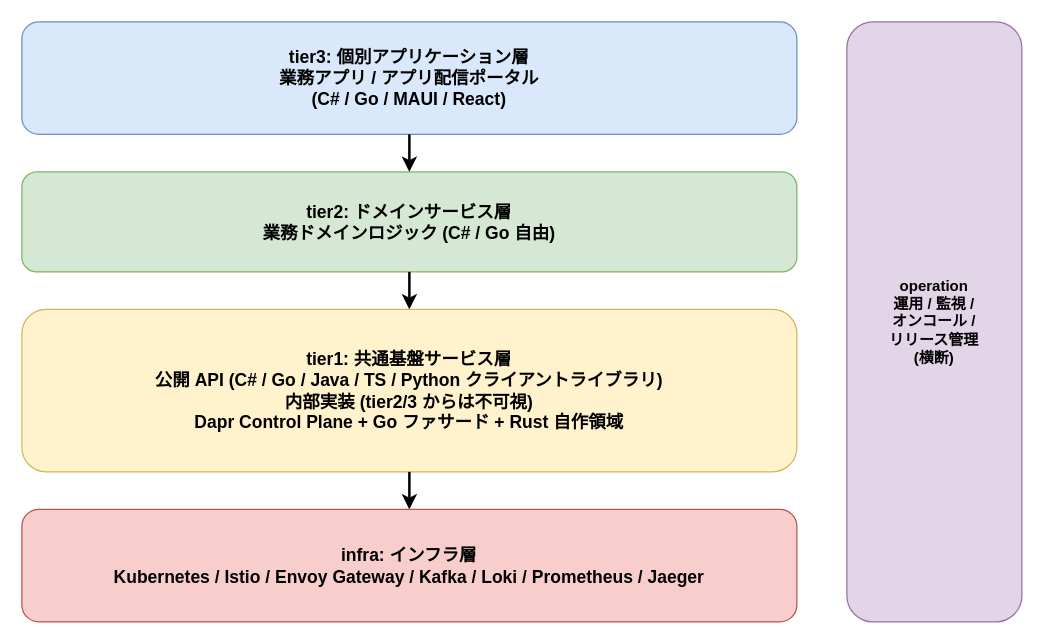
Earlier version of the draw.io diagram docs/01_企画/02_アーキテクチャ/img/レイヤ構成.drawio (RyuheiKiso/k1s0). Source tidied: cells renumbered, new cells numbered last; positions are measured from the earlier drawing's top-left corner, leaving out a move shared by most shapes. Both pictures are drawn from the tidied source at 125%, with x=0, y=0 at pixel (21, 21).
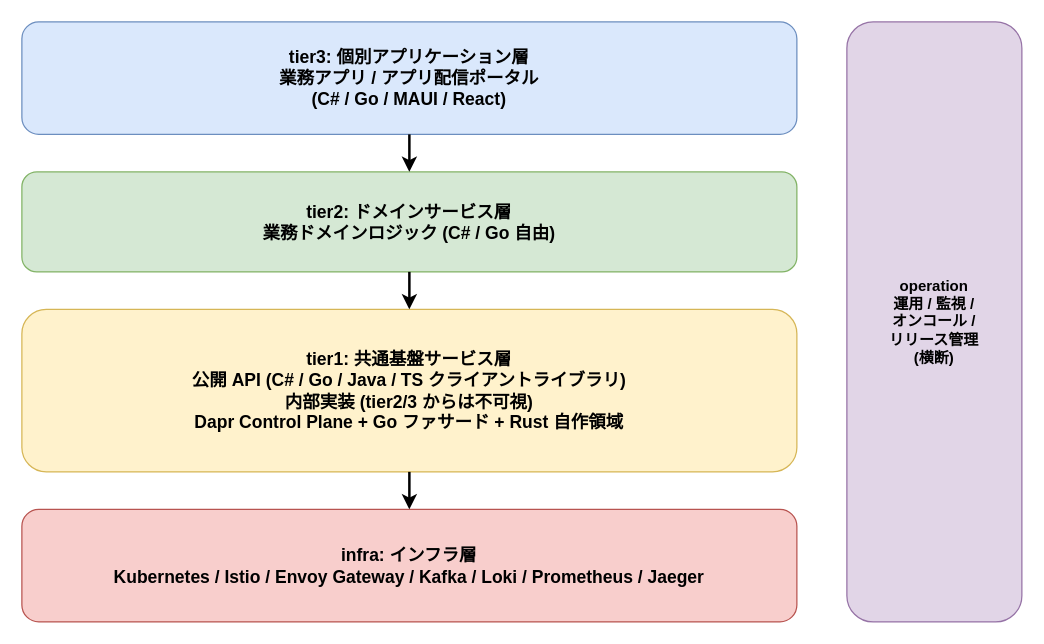
Above is the later version.

Commit message (it also covers changes not shown here):
fix: tier1の内部サービスの実装言語選定に関する文書を更新

Diff of the diagram source:
```diff
@@
 <mxGraphModel>
   <root>
     <mxCell id="0" />
     <mxCell id="1" parent="0" />
     <mxCell id="2" value="tier3: 個別アプリケーション層&#10;業務アプリ / アプリ配信ポータル&#10;(C# / Go / MAUI / React)" style="rounded=1;whiteSpace=wrap;html=1;fillColor=#dae8fc;strokeColor=#6c8ebf;fontSize=14;fontStyle=1;" parent="1" vertex="1">
       <mxGeometry width="620" height="90" as="geometry" />
     </mxCell>
     <mxCell id="3" value="tier2: ドメインサービス層&#10;業務ドメインロジック (C# / Go 自由)" style="rounded=1;whiteSpace=wrap;html=1;fillColor=#d5e8d4;strokeColor=#82b366;fontSize=14;fontStyle=1;" parent="1" vertex="1">
       <mxGeometry y="120" width="620" height="80" as="geometry" />
     </mxCell>
-    <mxCell id="4" value="tier1: 共通基盤サービス層&#10;公開 API (C# / Go / Java / TS / Python クライアントライブラリ)&#10;内部実装 (tier2/3 からは不可視)&#10;Dapr Control Plane + Go ファサード + Rust 自作領域" style="rounded=1;whiteSpace=wrap;html=1;fillColor=#fff2cc;strokeColor=#d6b656;fontSize=14;fontStyle=1;" parent="1" vertex="1">
+    <mxCell id="4" value="tier1: 共通基盤サービス層&#10;公開 API (C# / Go / Java / TS クライアントライブラリ)&#10;内部実装 (tier2/3 からは不可視)&#10;Dapr Control Plane + Go ファサード + Rust 自作領域" style="rounded=1;whiteSpace=wrap;html=1;fillColor=#fff2cc;strokeColor=#d6b656;fontSize=14;fontStyle=1;" parent="1" vertex="1">
       <mxGeometry y="230" width="620" height="130" as="geometry" />
     </mxCell>
     <mxCell id="5" value="infra: インフラ層&#10;Kubernetes / Istio / Envoy Gateway / Kafka / Loki / Prometheus / Jaeger" style="rounded=1;whiteSpace=wrap;html=1;fillColor=#f8cecc;strokeColor=#b85450;fontSize=14;fontStyle=1;" parent="1" vertex="1">
       <mxGeometry y="390" width="620" height="90" as="geometry" />
     </mxCell>
     <mxCell id="6" value="operation&#10;運用 / 監視 /&#10;オンコール /&#10;リリース管理&#10;(横断)" style="rounded=1;whiteSpace=wrap;html=1;fillColor=#e1d5e7;strokeColor=#9673a6;fontSize=12;fontStyle=1;" parent="1" vertex="1">
       <mxGeometry x="660" width="140" height="480" as="geometry" />
     </mxCell>
     <mxCell id="7" style="endArrow=classic;html=1;strokeWidth=2;" parent="1" edge="1" source="2" target="3">
       <mxGeometry relative="1" as="geometry" />
     </mxCell>
     <mxCell id="8" style="endArrow=classic;html=1;strokeWidth=2;" parent="1" edge="1" source="3" target="4">
       <mxGeometry relative="1" as="geometry" />
     </mxCell>
     <mxCell id="9" style="endArrow=classic;html=1;strokeWidth=2;" parent="1" edge="1" source="4" target="5">
       <mxGeometry relative="1" as="geometry" />
     </mxCell>
   </root>
 </mxGraphModel>
```
